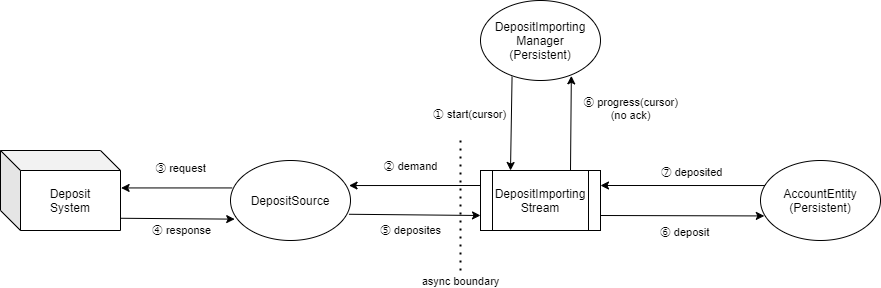
The draw.io diagram docs/images/archtecture.drawio.png in lerna-stack/lerna-sample-account-app, before a commit. Source tidied: cells renumbered, new cells last; positions are measured from the earlier drawing's top-left corner, leaving out a move shared by most shapes.
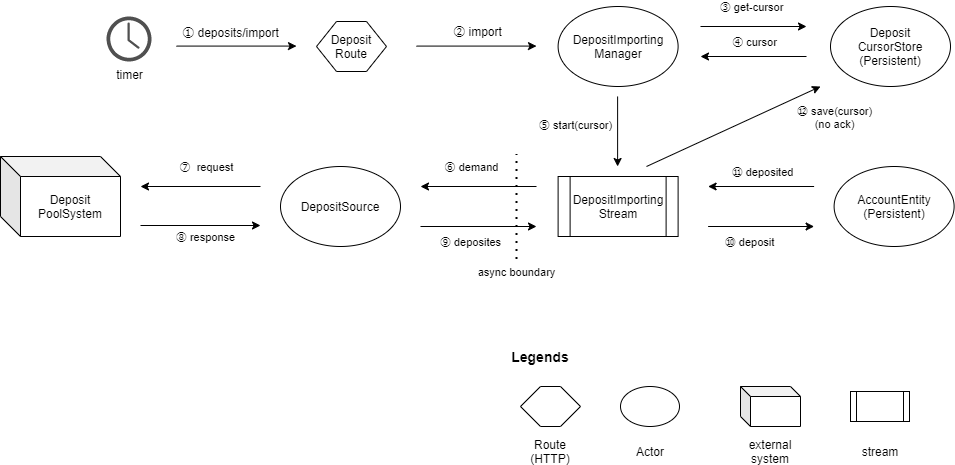
Later version of the same file.

Commit message:
📚doc: アーキテクチャの図を追加

The edit, as a diff of the source:
```diff
@@ -1,90 +1,114 @@
-<mxGraphModel>
+<mxGraphModel background="#FFFFFF">
   <root>
     <mxCell id="0" />
     <mxCell id="1" parent="0" />
-    <mxCell id="2" value="DepositImporting&lt;br&gt;Manager&lt;br&gt;(Persistent)" style="ellipse;whiteSpace=wrap;html=1;" parent="1" vertex="1">
-      <mxGeometry x="480" width="120" height="80" as="geometry" />
+    <mxCell id="2" value="DepositImporting&lt;br&gt;Manager" style="ellipse;whiteSpace=wrap;html=1;" parent="1" vertex="1">
+      <mxGeometry x="817.6" width="120" height="80" as="geometry" />
     </mxCell>
     <mxCell id="3" value="DepositImporting&lt;br&gt;Stream" style="shape=process;whiteSpace=wrap;html=1;backgroundOutline=1;" parent="1" vertex="1">
-      <mxGeometry x="480" y="170" width="120" height="60" as="geometry" />
+      <mxGeometry x="817.6" y="170" width="120" height="60" as="geometry" />
     </mxCell>
     <mxCell id="4" value="AccountEntity&lt;br&gt;(Persistent)" style="ellipse;whiteSpace=wrap;html=1;" parent="1" vertex="1">
-      <mxGeometry x="760" y="160" width="120" height="80" as="geometry" />
+      <mxGeometry x="1093.6" y="160" width="120" height="80" as="geometry" />
     </mxCell>
-    <mxCell id="5" style="endArrow=classic;html=1;exitX=1;exitY=0.75;exitDx=0;exitDy=0;entryX=0.032;entryY=0.693;entryDx=0;entryDy=0;entryPerimeter=0;" parent="1" edge="1" source="3" target="4">
-      <mxGeometry relative="1" as="geometry" />
+    <mxCell id="5" style="endArrow=classic;html=1;" parent="1" edge="1">
+      <mxGeometry relative="1" as="geometry">
+        <mxPoint x="967.6" y="220" as="sourcePoint" />
+        <mxPoint x="1073.6" y="220" as="targetPoint" />
+      </mxGeometry>
     </mxCell>
-    <mxCell id="6" value="⑥ deposit" style="edgeLabel;html=1;align=center;verticalAlign=middle;" parent="5" vertex="1">
+    <mxCell id="6" value="⑩ deposit" style="edgeLabel;html=1;align=center;verticalAlign=middle;" parent="5" vertex="1">
       <mxGeometry x="0.47" y="-1" relative="1" as="geometry">
         <mxPoint x="-37" y="14.9" as="offset" />
       </mxGeometry>
     </mxCell>
-    <mxCell id="7" style="endArrow=classic;html=1;entryX=0.25;entryY=0;entryDx=0;entryDy=0;exitX=0.263;exitY=0.952;exitDx=0;exitDy=0;exitPerimeter=0;" parent="1" edge="1" source="2" target="3">
-      <mxGeometry relative="1" as="geometry" />
+    <mxCell id="7" style="endArrow=classic;html=1;" parent="1" edge="1">
+      <mxGeometry relative="1" as="geometry">
+        <mxPoint x="877.1" y="90" as="sourcePoint" />
+        <mxPoint x="877.1" y="160" as="targetPoint" />
+      </mxGeometry>
     </mxCell>
-    <mxCell id="8" value="① start(cursor)" style="edgeLabel;html=1;align=center;verticalAlign=middle;" parent="7" vertex="1">
+    <mxCell id="8" value="⑤ start(cursor)" style="edgeLabel;html=1;align=center;verticalAlign=middle;" parent="7" vertex="1">
       <mxGeometry x="-0.25" relative="1" as="geometry">
         <mxPoint x="-42.6" y="2" as="offset" />
       </mxGeometry>
     </mxCell>
-    <mxCell id="9" style="endArrow=classic;html=1;exitX=0.75;exitY=0;exitDx=0;exitDy=0;entryX=0.757;entryY=0.942;entryDx=0;entryDy=0;entryPerimeter=0;" parent="1" edge="1" source="3" target="2">
-      <mxGeometry relative="1" as="geometry" />
+    <mxCell id="9" style="endArrow=classic;html=1;" parent="1" edge="1">
+      <mxGeometry relative="1" as="geometry">
+        <mxPoint x="906" y="160" as="sourcePoint" />
+        <mxPoint x="1080" y="80" as="targetPoint" />
+      </mxGeometry>
     </mxCell>
-    <mxCell id="10" value="⑥ progress(cursor)&lt;br&gt;(no ack)" style="edgeLabel;html=1;align=center;verticalAlign=middle;" parent="9" vertex="1">
+    <mxCell id="10" value="⑫ save(cursor)&lt;br&gt;(no ack)" style="edgeLabel;html=1;align=center;verticalAlign=middle;" parent="9" vertex="1">
       <mxGeometry x="0.32" y="-2" relative="1" as="geometry">
-        <mxPoint x="57.3" y="-1" as="offset" />
+        <mxPoint x="72.3" y="0.8" as="offset" />
       </mxGeometry>
     </mxCell>
-    <mxCell id="11" style="endArrow=classic;html=1;entryX=1;entryY=0.25;entryDx=0;entryDy=0;exitX=0.038;exitY=0.313;exitDx=0;exitDy=0;exitPerimeter=0;" parent="1" edge="1" source="4" target="3">
-      <mxGeometry relative="1" as="geometry" />
+    <mxCell id="11" style="endArrow=classic;html=1;" parent="1" edge="1">
+      <mxGeometry relative="1" as="geometry">
+        <mxPoint x="1073.6" y="180" as="sourcePoint" />
+        <mxPoint x="967.6" y="180" as="targetPoint" />
+      </mxGeometry>
     </mxCell>
-    <mxCell id="12" value="⑦ deposited" style="edgeLabel;html=1;align=center;verticalAlign=middle;" parent="11" vertex="1">
+    <mxCell id="12" value="⑪ deposited" style="edgeLabel;html=1;align=center;verticalAlign=middle;" parent="11" vertex="1">
       <mxGeometry x="-0.25" y="4" relative="1" as="geometry">
         <mxPoint x="-12.4" y="-18" as="offset" />
       </mxGeometry>
     </mxCell>
     <mxCell id="13" value="DepositSource" style="ellipse;whiteSpace=wrap;html=1;" parent="1" vertex="1">
-      <mxGeometry x="230" y="160" width="120" height="80" as="geometry" />
+      <mxGeometry x="540" y="160" width="120" height="80" as="geometry" />
     </mxCell>
-    <mxCell id="14" style="endArrow=classic;html=1;exitX=0;exitY=0.25;exitDx=0;exitDy=0;entryX=0.988;entryY=0.313;entryDx=0;entryDy=0;entryPerimeter=0;" parent="1" edge="1" source="3" target="13">
-      <mxGeometry relative="1" as="geometry" />
+    <mxCell id="14" style="endArrow=classic;html=1;" parent="1" edge="1">
+      <mxGeometry relative="1" as="geometry">
+        <mxPoint x="796" y="180" as="sourcePoint" />
+        <mxPoint x="680" y="180" as="targetPoint" />
+      </mxGeometry>
     </mxCell>
-    <mxCell id="15" value="② demand" style="edgeLabel;html=1;align=center;verticalAlign=middle;" parent="14" vertex="1">
+    <mxCell id="15" value="⑥ demand" style="edgeLabel;html=1;align=center;verticalAlign=middle;" parent="14" vertex="1">
       <mxGeometry x="-0.41" relative="1" as="geometry">
         <mxPoint x="-32" y="-20" as="offset" />
       </mxGeometry>
     </mxCell>
-    <mxCell id="16" style="endArrow=classic;html=1;entryX=0;entryY=0.75;entryDx=0;entryDy=0;exitX=0.987;exitY=0.672;exitDx=0;exitDy=0;exitPerimeter=0;" parent="1" edge="1" source="13" target="3">
-      <mxGeometry relative="1" as="geometry" />
+    <mxCell id="16" style="endArrow=classic;html=1;" parent="1" edge="1">
+      <mxGeometry relative="1" as="geometry">
+        <mxPoint x="680" y="220" as="sourcePoint" />
+        <mxPoint x="796" y="220" as="targetPoint" />
+      </mxGeometry>
     </mxCell>
-    <mxCell id="17" value="⑤ deposites" style="edgeLabel;html=1;align=center;verticalAlign=middle;" parent="16" vertex="1">
+    <mxCell id="17" value="⑨ deposites" style="edgeLabel;html=1;align=center;verticalAlign=middle;" parent="16" vertex="1">
       <mxGeometry x="0.44" y="-2" relative="1" as="geometry">
         <mxPoint x="-33.4" y="13.3" as="offset" />
       </mxGeometry>
     </mxCell>
-    <mxCell id="18" value="Deposit&lt;br&gt;System" style="shape=cube;whiteSpace=wrap;html=1;boundedLbl=1;backgroundOutline=1;darkOpacity=0.05;darkOpacity2=0.1;" parent="1" vertex="1">
-      <mxGeometry y="150" width="120" height="80" as="geometry" />
+    <mxCell id="18" value="Deposit&lt;br&gt;PoolSystem" style="shape=cube;whiteSpace=wrap;html=1;boundedLbl=1;backgroundOutline=1;darkOpacity=0.05;darkOpacity2=0.1;" parent="1" vertex="1">
+      <mxGeometry x="260" y="150" width="120" height="80" as="geometry" />
     </mxCell>
-    <mxCell id="19" style="endArrow=classic;html=1;exitX=0.015;exitY=0.343;exitDx=0;exitDy=0;exitPerimeter=0;entryX=1.005;entryY=0.468;entryDx=0;entryDy=0;entryPerimeter=0;" parent="1" edge="1" source="13" target="18">
-      <mxGeometry relative="1" as="geometry" />
+    <mxCell id="19" style="endArrow=classic;html=1;" parent="1" edge="1">
+      <mxGeometry relative="1" as="geometry">
+        <mxPoint x="520" y="180" as="sourcePoint" />
+        <mxPoint x="400" y="180" as="targetPoint" />
+      </mxGeometry>
     </mxCell>
-    <mxCell id="20" value="③ request" style="edgeLabel;html=1;align=center;verticalAlign=middle;" parent="19" vertex="1">
+    <mxCell id="20" value="⑦&amp;nbsp; request" style="edgeLabel;html=1;align=center;verticalAlign=middle;" parent="19" vertex="1">
       <mxGeometry x="-0.42" relative="1" as="geometry">
         <mxPoint x="-20" y="-20" as="offset" />
       </mxGeometry>
     </mxCell>
-    <mxCell id="21" style="endArrow=classic;html=1;entryX=0.035;entryY=0.733;entryDx=0;entryDy=0;entryPerimeter=0;exitX=0.998;exitY=0.847;exitDx=0;exitDy=0;exitPerimeter=0;" parent="1" edge="1" source="18" target="13">
-      <mxGeometry relative="1" as="geometry" />
+    <mxCell id="21" style="endArrow=classic;html=1;" parent="1" edge="1">
+      <mxGeometry relative="1" as="geometry">
+        <mxPoint x="400" y="219" as="sourcePoint" />
+        <mxPoint x="520" y="219" as="targetPoint" />
+      </mxGeometry>
     </mxCell>
-    <mxCell id="22" value="④ response" style="edgeLabel;html=1;align=center;verticalAlign=middle;" parent="21" vertex="1">
+    <mxCell id="22" value="⑧ response" style="edgeLabel;html=1;align=center;verticalAlign=middle;" parent="21" vertex="1">
       <mxGeometry x="0.45" y="3" relative="1" as="geometry">
         <mxPoint x="-22.6" y="14.4" as="offset" />
       </mxGeometry>
     </mxCell>
     <mxCell id="23" style="endArrow=none;dashed=1;html=1;dashPattern=1 3;strokeWidth=2;" parent="1" edge="1">
       <mxGeometry relative="1" as="geometry">
-        <mxPoint x="460" y="270" as="sourcePoint" />
-        <mxPoint x="460" y="140" as="targetPoint" />
+        <mxPoint x="776" y="252.5" as="sourcePoint" />
+        <mxPoint x="776" y="147.5" as="targetPoint" />
       </mxGeometry>
     </mxCell>
     <mxCell id="24" value="async boundary" style="edgeLabel;html=1;align=center;verticalAlign=middle;" parent="23" vertex="1">
@@ -92,5 +116,85 @@
         <mxPoint y="26" as="offset" />
       </mxGeometry>
     </mxCell>
+    <mxCell id="25" value="Legends" style="text;html=1;strokeColor=none;fillColor=none;align=center;verticalAlign=middle;whiteSpace=wrap;rounded=0;fontStyle=1;fontSize=14;" parent="1" vertex="1">
+      <mxGeometry x="750" y="340" width="100" height="20" as="geometry" />
+    </mxCell>
+    <mxCell id="26" style="ellipse;whiteSpace=wrap;html=1;" parent="1" vertex="1">
+      <mxGeometry x="880" y="380" width="59" height="40" as="geometry" />
+    </mxCell>
+    <mxCell id="27" value="Actor" style="text;html=1;strokeColor=none;fillColor=none;align=center;verticalAlign=middle;whiteSpace=wrap;rounded=0;" parent="1" vertex="1">
+      <mxGeometry x="889.5" y="435" width="40" height="20" as="geometry" />
+    </mxCell>
+    <mxCell id="28" style="shape=cube;whiteSpace=wrap;html=1;boundedLbl=1;backgroundOutline=1;darkOpacity=0.05;darkOpacity2=0.1;fontSize=14;size=10;" parent="1" vertex="1">
+      <mxGeometry x="1000" y="380" width="60" height="40" as="geometry" />
+    </mxCell>
+    <mxCell id="29" value="external system" style="text;html=1;strokeColor=none;fillColor=none;align=center;verticalAlign=middle;whiteSpace=wrap;rounded=0;" parent="1" vertex="1">
+      <mxGeometry x="1010" y="435" width="40" height="20" as="geometry" />
+    </mxCell>
+    <mxCell id="30" style="shape=process;whiteSpace=wrap;html=1;backgroundOutline=1;fontSize=14;" parent="1" vertex="1">
+      <mxGeometry x="1110" y="385" width="59" height="30" as="geometry" />
+    </mxCell>
+    <mxCell id="31" value="stream" style="text;html=1;strokeColor=none;fillColor=none;align=center;verticalAlign=middle;whiteSpace=wrap;rounded=0;" parent="1" vertex="1">
+      <mxGeometry x="1119.5" y="435" width="40" height="20" as="geometry" />
+    </mxCell>
+    <mxCell id="32" style="endArrow=classic;html=1;fontSize=14;" parent="1" edge="1">
+      <mxGeometry relative="1" as="geometry">
+        <mxPoint x="676" y="39.6" as="sourcePoint" />
+        <mxPoint x="796" y="39.6" as="targetPoint" />
+      </mxGeometry>
+    </mxCell>
+    <mxCell id="33" value="② import" style="edgeLabel;html=1;align=center;verticalAlign=middle;fontSize=12;" parent="32" vertex="1">
+      <mxGeometry x="0.62" y="-2" relative="1" as="geometry">
+        <mxPoint x="-36.7" y="-17" as="offset" />
+      </mxGeometry>
+    </mxCell>
+    <mxCell id="34" value="timer" style="shadow=0;dashed=0;html=1;strokeColor=none;fillColor=#505050;labelPosition=center;verticalLabelPosition=bottom;verticalAlign=top;align=center;shape=mxgraph.office.concepts.clock;fontSize=12;" parent="1" vertex="1">
+      <mxGeometry x="366" y="10" width="45" height="45" as="geometry" />
+    </mxCell>
+    <mxCell id="35" style="endArrow=classic;html=1;fontSize=12;" parent="1" edge="1">
+      <mxGeometry relative="1" as="geometry">
+        <mxPoint x="436" y="39.6" as="sourcePoint" />
+        <mxPoint x="556" y="39.6" as="targetPoint" />
+      </mxGeometry>
+    </mxCell>
+    <mxCell id="36" value="① deposits/import" style="edgeLabel;html=1;align=center;verticalAlign=middle;fontSize=12;" parent="35" vertex="1">
+      <mxGeometry x="0.36" relative="1" as="geometry">
+        <mxPoint x="-28.3" y="-14.6" as="offset" />
+      </mxGeometry>
+    </mxCell>
+    <mxCell id="37" value="Deposit&lt;br&gt;Route" style="shape=hexagon;perimeter=hexagonPerimeter2;whiteSpace=wrap;html=1;fixedSize=1;fontSize=12;" parent="1" vertex="1">
+      <mxGeometry x="576" y="15" width="70" height="50" as="geometry" />
+    </mxCell>
+    <mxCell id="38" style="shape=hexagon;perimeter=hexagonPerimeter2;whiteSpace=wrap;html=1;fixedSize=1;fontSize=12;" parent="1" vertex="1">
+      <mxGeometry x="780" y="380" width="60" height="40" as="geometry" />
+    </mxCell>
+    <mxCell id="39" value="Route&lt;br&gt;(HTTP)" style="text;html=1;strokeColor=none;fillColor=none;align=center;verticalAlign=middle;whiteSpace=wrap;rounded=0;" parent="1" vertex="1">
+      <mxGeometry x="790" y="435" width="40" height="20" as="geometry" />
+    </mxCell>
+    <mxCell id="40" value="Deposit&lt;br&gt;CursorStore&lt;br&gt;(Persistent)" style="ellipse;whiteSpace=wrap;html=1;" parent="1" vertex="1">
+      <mxGeometry x="1090" width="120" height="80" as="geometry" />
+    </mxCell>
+    <mxCell id="41" style="endArrow=classic;html=1;" parent="1" edge="1">
+      <mxGeometry relative="1" as="geometry">
+        <mxPoint x="960" y="20" as="sourcePoint" />
+        <mxPoint x="1066" y="20" as="targetPoint" />
+      </mxGeometry>
+    </mxCell>
+    <mxCell id="42" value="③ get-cursor" style="edgeLabel;html=1;align=center;verticalAlign=middle;" parent="41" vertex="1">
+      <mxGeometry x="0.47" y="-1" relative="1" as="geometry">
+        <mxPoint x="-28" y="-21" as="offset" />
+      </mxGeometry>
+    </mxCell>
+    <mxCell id="43" style="endArrow=classic;html=1;" parent="1" edge="1">
+      <mxGeometry relative="1" as="geometry">
+        <mxPoint x="1066" y="50" as="sourcePoint" />
+        <mxPoint x="960" y="50" as="targetPoint" />
+      </mxGeometry>
+    </mxCell>
+    <mxCell id="44" value="④ cursor" style="edgeLabel;html=1;align=center;verticalAlign=middle;" parent="43" vertex="1">
+      <mxGeometry x="-0.25" y="4" relative="1" as="geometry">
+        <mxPoint x="-12.4" y="-18" as="offset" />
+      </mxGeometry>
+    </mxCell>
   </root>
 </mxGraphModel>
```
